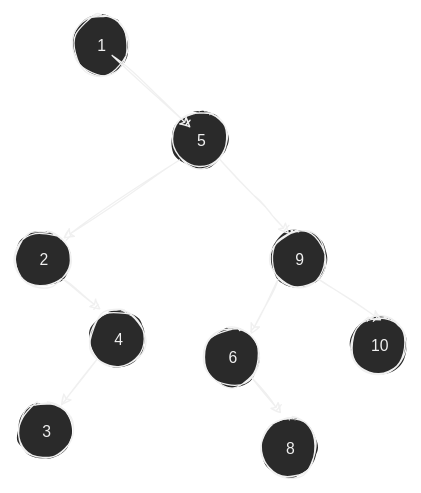
Earlier version of the draw.io export reference/Wengrowm 2020 Chapter 15 Exercise 1.svg (joe-granick/zettelkasten_2). Source tidied: cells renumbered, new cells last; positions are measured from the earlier drawing's top-left corner, leaving out a move shared by most shapes.
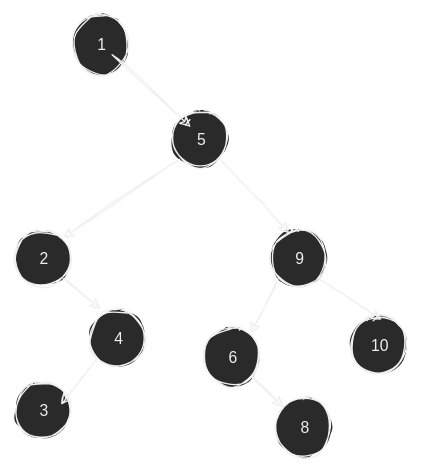
Later version of the same file.

Change to the diagram source:
```diff
@@ -48,7 +48,7 @@
       <mxGeometry x="14" y="13" width="17" height="18" as="geometry" />
     </mxCell>
     <mxCell id="17" style="group;" parent="1" vertex="1">
-      <mxGeometry x="188" y="307" width="44" height="44" as="geometry" />
+      <mxGeometry x="199" y="292" width="44" height="44" as="geometry" />
     </mxCell>
     <mxCell id="18" style="ellipse;whiteSpace=wrap;html=1;" parent="17" vertex="1">
       <mxGeometry width="44" height="44" as="geometry" />
@@ -57,7 +57,7 @@
       <mxGeometry x="14" y="13" width="17" height="18" as="geometry" />
     </mxCell>
     <mxCell id="20" style="group;" parent="1" vertex="1">
-      <mxGeometry x="2" y="294" width="44" height="44" as="geometry" />
+      <mxGeometry y="279" width="44" height="44" as="geometry" />
     </mxCell>
     <mxCell id="21" style="ellipse;whiteSpace=wrap;html=1;" parent="20" vertex="1">
       <mxGeometry width="44" height="44" as="geometry" />
@@ -117,10 +117,8 @@
         <mxPoint x="35.9" y="296.6" as="targetPoint" />
       </mxGeometry>
     </mxCell>
-    <mxCell id="36" style="edgeStyle=none;html=1;exitX=1;exitY=1;exitDx=0;exitDy=0;" parent="1" edge="1" source="15">
-      <mxGeometry relative="1" as="geometry">
-        <mxPoint x="204" y="303" as="targetPoint" />
-      </mxGeometry>
+    <mxCell id="36" style="edgeStyle=none;html=1;exitX=1;exitY=1;exitDx=0;exitDy=0;entryX=0;entryY=0;entryDx=0;entryDy=0;" parent="1" edge="1" source="15" target="18">
+      <mxGeometry relative="1" as="geometry" />
     </mxCell>
   </root>
 </mxGraphModel>
```
